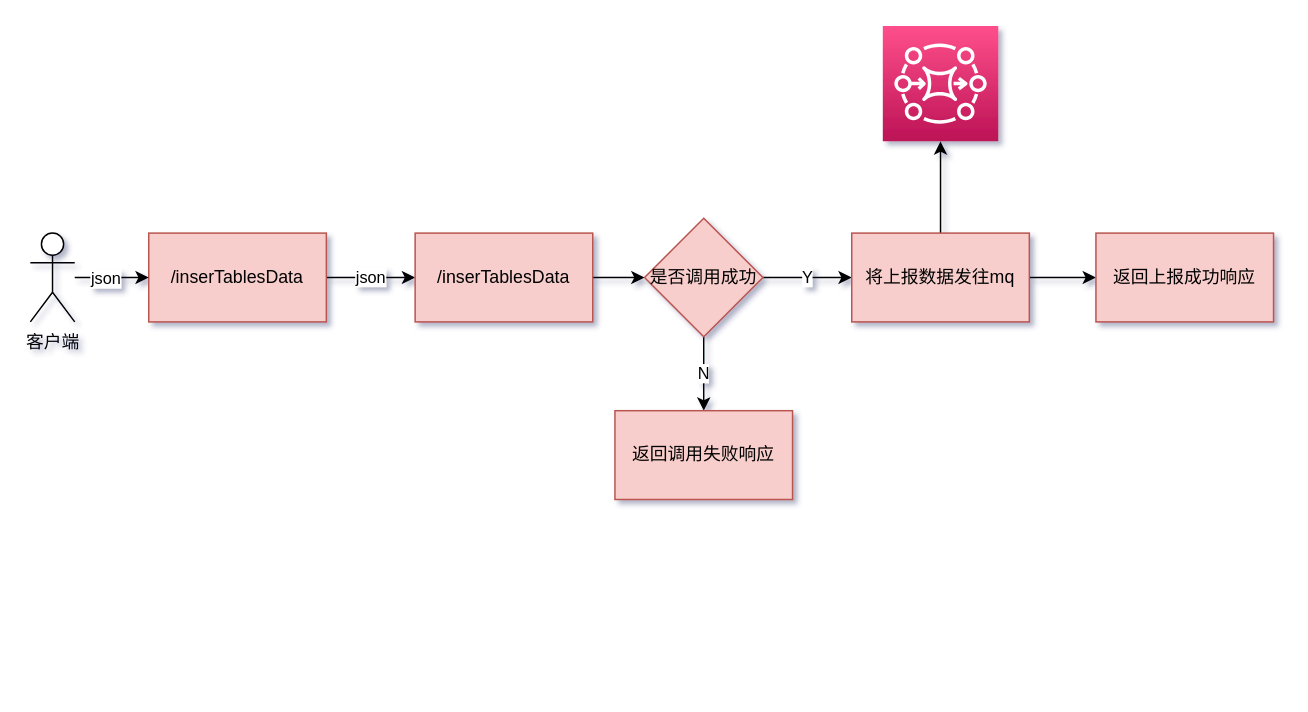
songailin/draw keeps this draw.io diagram as 省生态流量数据上报.drawio. Above is the earlier version. Source tidied: cells renumbered, new cells numbered last; positions are measured from the earlier drawing's top-left corner, leaving out a move shared by most shapes. Both pictures are drawn from the tidied source at 148%, with x=0, y=0 at pixel (30, 25).
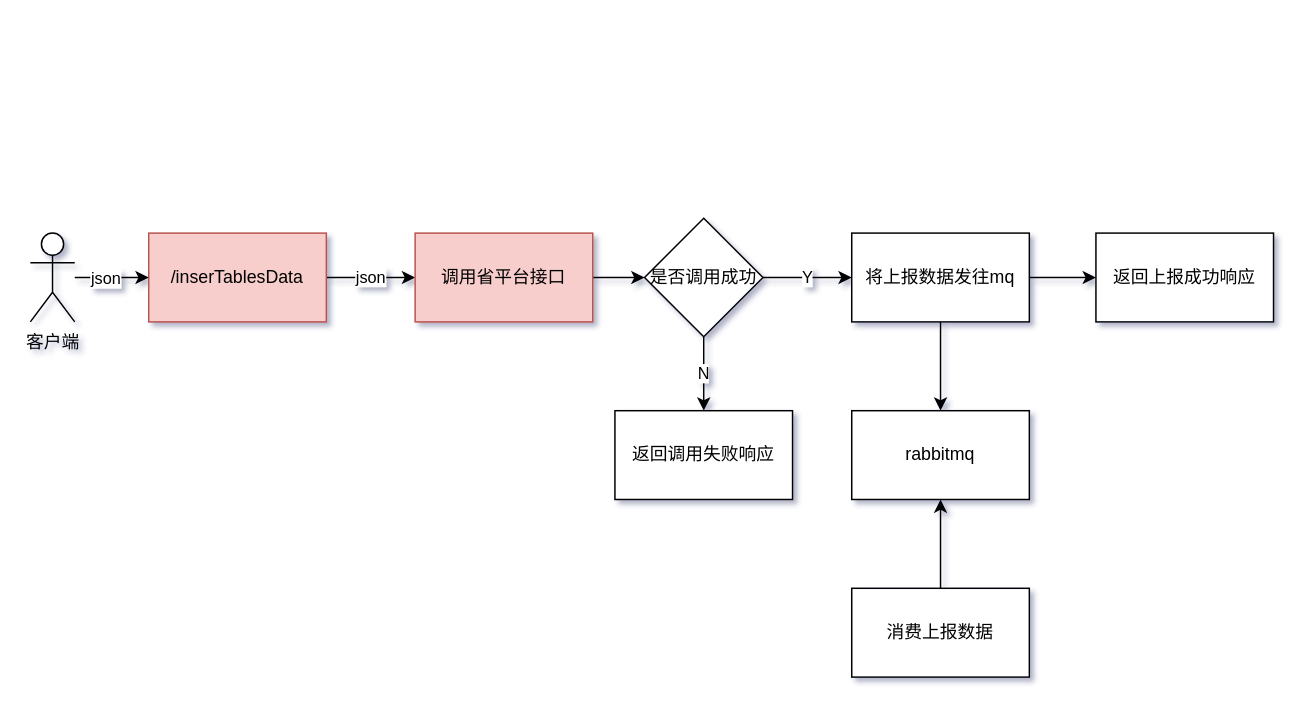
After the change.

Commit message:
更新省生态流量数据上报.drawio

Diff of the diagram source:
```diff
@@
 <mxGraphModel shadow="1">
   <root>
     <mxCell id="0" />
     <mxCell id="1" parent="0" />
     <mxCell id="2" value="json" style="edgeStyle=orthogonalEdgeStyle;rounded=0;jettySize=auto;html=1;entryX=0;entryY=0.5;entryDx=0;entryDy=0;" parent="1" edge="1" source="3" target="8">
       <mxGeometry relative="1" as="geometry" />
     </mxCell>
     <mxCell id="3" value="/inserTablesData" style="rounded=0;whiteSpace=wrap;html=1;fillColor=#f8cecc;strokeColor=#b85450;" parent="1" vertex="1">
       <mxGeometry x="80" y="140" width="120" height="60" as="geometry" />
     </mxCell>
     <mxCell id="4" style="edgeStyle=orthogonalEdgeStyle;rounded=0;jettySize=auto;html=1;" parent="1" edge="1" source="6" target="3">
       <mxGeometry relative="1" as="geometry" />
     </mxCell>
     <mxCell id="5" value="json" style="edgeLabel;html=1;align=center;verticalAlign=middle;" parent="4" vertex="1">
       <mxGeometry x="-0.19" relative="1" as="geometry" />
     </mxCell>
     <mxCell id="6" value="客户端" style="shape=umlActor;verticalLabelPosition=bottom;verticalAlign=top;html=1;outlineConnect=0;" parent="1" vertex="1">
       <mxGeometry y="140" width="30" height="60" as="geometry" />
     </mxCell>
     <mxCell id="7" style="edgeStyle=orthogonalEdgeStyle;rounded=0;jettySize=auto;html=1;" parent="1" edge="1" source="8" target="11">
       <mxGeometry relative="1" as="geometry" />
     </mxCell>
-    <mxCell id="8" value="/inserTablesData" style="rounded=0;whiteSpace=wrap;html=1;fillColor=#f8cecc;strokeColor=#b85450;" parent="1" vertex="1">
+    <mxCell id="8" value="调用省平台接口" style="rounded=0;whiteSpace=wrap;html=1;fillColor=#f8cecc;strokeColor=#b85450;" parent="1" vertex="1">
       <mxGeometry x="260" y="140" width="120" height="60" as="geometry" />
     </mxCell>
     <mxCell id="9" value="Y" style="edgeStyle=orthogonalEdgeStyle;rounded=0;jettySize=auto;html=1;" parent="1" edge="1" source="11" target="14">
       <mxGeometry relative="1" as="geometry" />
     </mxCell>
     <mxCell id="10" value="N" style="edgeStyle=orthogonalEdgeStyle;rounded=0;jettySize=auto;html=1;" parent="1" edge="1" source="11" target="15">
       <mxGeometry relative="1" as="geometry" />
     </mxCell>
-    <mxCell id="11" value="是否调用成功" style="rhombus;whiteSpace=wrap;html=1;fillColor=#f8cecc;strokeColor=#b85450;rounded=0;" parent="1" vertex="1">
+    <mxCell id="11" value="是否调用成功" style="rhombus;whiteSpace=wrap;html=1;rounded=0;" parent="1" vertex="1">
       <mxGeometry x="415" y="130" width="80" height="80" as="geometry" />
     </mxCell>
     <mxCell id="12" style="edgeStyle=orthogonalEdgeStyle;rounded=0;jettySize=auto;html=1;" parent="1" edge="1" source="14" target="16">
       <mxGeometry relative="1" as="geometry" />
     </mxCell>
-    <mxCell id="13" style="edgeStyle=orthogonalEdgeStyle;rounded=0;jettySize=auto;html=1;exitX=0.5;exitY=0;exitDx=0;exitDy=0;entryX=0.5;entryY=1;entryDx=0;entryDy=0;entryPerimeter=0;" parent="1" edge="1" source="14" target="17">
-      <mxGeometry relative="1" as="geometry" />
-    </mxCell>
+    <mxCell id="18" style="edgeStyle=orthogonalEdgeStyle;rounded=0;jettySize=auto;html=1;" parent="1" edge="1" source="14" target="19">
+      <mxGeometry relative="1" as="geometry" />
+    </mxCell>
-    <mxCell id="14" value="将上报数据发往mq" style="whiteSpace=wrap;html=1;fillColor=#f8cecc;strokeColor=#b85450;rounded=0;" parent="1" vertex="1">
+    <mxCell id="14" value="将上报数据发往mq" style="whiteSpace=wrap;html=1;rounded=0;" parent="1" vertex="1">
       <mxGeometry x="555" y="140" width="120" height="60" as="geometry" />
     </mxCell>
-    <mxCell id="15" value="返回调用失败响应" style="whiteSpace=wrap;html=1;fillColor=#f8cecc;strokeColor=#b85450;rounded=0;" parent="1" vertex="1">
+    <mxCell id="15" value="返回调用失败响应" style="whiteSpace=wrap;html=1;rounded=0;" parent="1" vertex="1">
       <mxGeometry x="395" y="260" width="120" height="60" as="geometry" />
     </mxCell>
-    <mxCell id="16" value="返回上报成功响应" style="whiteSpace=wrap;html=1;fillColor=#f8cecc;strokeColor=#b85450;rounded=0;" parent="1" vertex="1">
+    <mxCell id="16" value="返回上报成功响应" style="whiteSpace=wrap;html=1;rounded=0;" parent="1" vertex="1">
       <mxGeometry x="720" y="140" width="120" height="60" as="geometry" />
     </mxCell>
-    <mxCell id="17" style="sketch=0;points=[[0,0,0],[0.25,0,0],[0.5,0,0],[0.75,0,0],[1,0,0],[0,1,0],[0.25,1,0],[0.5,1,0],[0.75,1,0],[1,1,0],[0,0.25,0],[0,0.5,0],[0,0.75,0],[1,0.25,0],[1,0.5,0],[1,0.75,0]];outlineConnect=0;fontColor=#232F3E;gradientColor=#FF4F8B;gradientDirection=north;fillColor=#BC1356;strokeColor=#ffffff;dashed=0;verticalLabelPosition=bottom;verticalAlign=top;align=center;html=1;fontSize=12;fontStyle=0;shape=mxgraph.aws4.resourceIcon;resIcon=mxgraph.aws4.mq;" parent="1" vertex="1">
-      <mxGeometry x="576" width="78" height="78" as="geometry" />
-    </mxCell>
+    <mxCell id="19" value="rabbitmq" style="whiteSpace=wrap;html=1;rounded=0;" parent="1" vertex="1">
+      <mxGeometry x="555" y="260" width="120" height="60" as="geometry" />
+    </mxCell>
+    <mxCell id="20" style="edgeStyle=orthogonalEdgeStyle;rounded=0;jettySize=auto;html=1;entryX=0.5;entryY=1;entryDx=0;entryDy=0;" parent="1" edge="1" source="21" target="19">
+      <mxGeometry relative="1" as="geometry" />
+    </mxCell>
+    <mxCell id="21" value="消费上报数据" style="whiteSpace=wrap;html=1;rounded=0;" parent="1" vertex="1">
+      <mxGeometry x="555" y="380" width="120" height="60" as="geometry" />
+    </mxCell>
   </root>
 </mxGraphModel>
```
